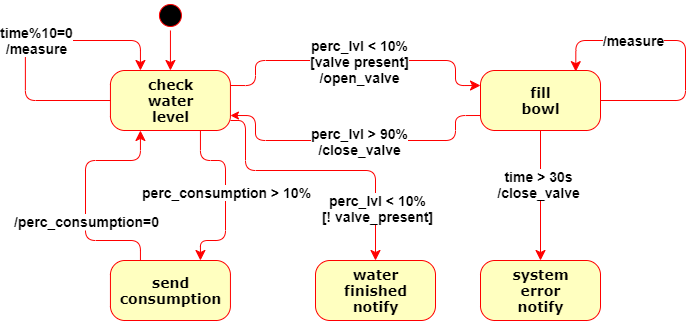
The draw.io diagram DrawIo/stateDiagramWater.png in SmartDogHouse/Report, before a commit. Source tidied: cells renumbered, new cells last; positions are measured from the earlier drawing's top-left corner, leaving out a move shared by most shapes. The source it was exported from:
```xml
<mxGraphModel>
  <root>
    <mxCell id="0" />
    <mxCell id="1" parent="0" />
    <mxCell id="2" style="ellipse;shape=startState;fillColor=#000000;strokeColor=#ff0000;rounded=1;shadow=0;comic=0;labelBackgroundColor=none;fontFamily=Verdana;fontSize=14;fontColor=#000000;align=center;direction=south;fontStyle=1;horizontal=1;html=1;" parent="1" vertex="1">
      <mxGeometry x="129.9" width="30" height="30" as="geometry" />
    </mxCell>
    <mxCell id="3" value="send&lt;br style=&quot;font-size: 14px;&quot;&gt;consumption" style="rounded=1;arcSize=24;fillColor=#ffffc0;strokeColor=#ff0000;shadow=0;comic=0;labelBackgroundColor=none;fontFamily=Verdana;fontSize=14;fontColor=#000000;align=center;fontStyle=1;horizontal=1;html=1;" parent="1" vertex="1">
      <mxGeometry x="84.9" y="260" width="120" height="60" as="geometry" />
    </mxCell>
    <mxCell id="4" value="check&lt;br style=&quot;font-size: 14px;&quot;&gt;water&lt;br style=&quot;font-size: 14px;&quot;&gt;level" style="rounded=1;arcSize=24;fillColor=#ffffc0;strokeColor=#ff0000;shadow=0;comic=0;labelBackgroundColor=none;fontFamily=Verdana;fontSize=14;fontColor=#000000;align=center;fontStyle=1;horizontal=1;html=1;" parent="1" vertex="1">
      <mxGeometry x="84.9" y="70" width="120" height="60" as="geometry" />
    </mxCell>
    <mxCell id="5" style="exitX=1;exitY=0.25;entryX=0;entryY=0.25;labelBackgroundColor=none;endArrow=classic;endSize=8;strokeColor=#ff0000;fontFamily=Verdana;fontSize=14;align=left;fontStyle=1;exitDx=0;exitDy=0;edgeStyle=orthogonalEdgeStyle;entryDx=0;entryDy=0;endFill=1;horizontal=1;html=1;" parent="1" edge="1" source="4" target="7">
      <mxGeometry relative="1" as="geometry">
        <Array as="points">
          <mxPoint x="230" y="85" />
          <mxPoint x="230" y="60" />
          <mxPoint x="430" y="60" />
          <mxPoint x="430" y="85" />
        </Array>
      </mxGeometry>
    </mxCell>
    <mxCell id="6" value="perc_lvl &amp;lt; 10%&lt;br style=&quot;font-size: 14px;&quot;&gt;[valve present]&lt;br style=&quot;font-size: 14px;&quot;&gt;/open_valve" style="edgeLabel;align=center;verticalAlign=middle;fontSize=14;fontStyle=1;horizontal=1;html=1;" parent="5" vertex="1">
      <mxGeometry x="-0.26" y="-4" relative="1" as="geometry">
        <mxPoint x="42" y="-4" as="offset" />
      </mxGeometry>
    </mxCell>
    <mxCell id="7" value="fill&lt;br style=&quot;font-size: 14px;&quot;&gt;bowl" style="rounded=1;arcSize=24;fillColor=#ffffc0;strokeColor=#ff0000;shadow=0;comic=0;labelBackgroundColor=none;fontFamily=Verdana;fontSize=14;fontColor=#000000;align=center;fontStyle=1;horizontal=1;html=1;" parent="1" vertex="1">
      <mxGeometry x="455" y="70" width="120" height="60" as="geometry" />
    </mxCell>
    <mxCell id="8" style="edgeStyle=orthogonalEdgeStyle;labelBackgroundColor=none;endArrow=classic;endSize=8;strokeColor=#ff0000;fontFamily=Verdana;fontSize=14;align=left;fontStyle=1;horizontal=1;html=1;endFill=1;" parent="1" edge="1" source="2" target="4">
      <mxGeometry relative="1" as="geometry" />
    </mxCell>
    <mxCell id="9" style="edgeStyle=orthogonalEdgeStyle;labelBackgroundColor=none;endArrow=classic;endSize=8;strokeColor=#ff0000;fontFamily=Verdana;fontSize=14;align=left;entryX=0.25;entryY=0;fontStyle=1;entryDx=0;entryDy=0;exitX=0;exitY=0.5;exitDx=0;exitDy=0;horizontal=1;html=1;endFill=1;" parent="1" edge="1" source="4" target="4">
      <mxGeometry relative="1" as="geometry">
        <Array as="points">
          <mxPoint x="-0.1" y="100" />
          <mxPoint x="-0.1" y="40" />
          <mxPoint x="114.9" y="40" />
        </Array>
      </mxGeometry>
    </mxCell>
    <mxCell id="10" value="time%10=0&lt;br style=&quot;font-size: 14px;&quot;&gt;/measure" style="edgeLabel;align=center;verticalAlign=middle;fontSize=14;fontStyle=1;horizontal=1;html=1;" parent="9" vertex="1">
      <mxGeometry x="0.07" y="1" relative="1" as="geometry" />
    </mxCell>
    <mxCell id="11" style="edgeStyle=orthogonalEdgeStyle;exitX=0.25;exitY=0;entryX=0.25;entryY=1;labelBackgroundColor=none;endArrow=classic;endSize=8;strokeColor=#ff0000;fontFamily=Verdana;fontSize=14;align=left;fontStyle=1;horizontal=1;html=1;endFill=1;" parent="1" edge="1" source="3" target="4">
      <mxGeometry relative="1" as="geometry">
        <Array as="points">
          <mxPoint x="115" y="240" />
          <mxPoint x="60" y="240" />
          <mxPoint x="60" y="160" />
          <mxPoint x="115" y="160" />
        </Array>
      </mxGeometry>
    </mxCell>
    <mxCell id="12" value="/perc_consumption=0" style="edgeLabel;html=1;align=center;verticalAlign=middle;fontSize=14;fontStyle=1;" parent="11" vertex="1">
      <mxGeometry x="-0.24" y="-1" relative="1" as="geometry">
        <mxPoint x="-1" y="-3" as="offset" />
      </mxGeometry>
    </mxCell>
    <mxCell id="13" style="edgeStyle=orthogonalEdgeStyle;exitX=1;exitY=0.5;labelBackgroundColor=none;endArrow=classic;endSize=8;strokeColor=#ff0000;fontFamily=Verdana;fontSize=14;align=left;fontStyle=1;exitDx=0;exitDy=0;entryX=0.794;entryY=0.019;entryDx=0;entryDy=0;entryPerimeter=0;horizontal=1;html=1;endFill=1;" parent="1" edge="1" source="7" target="7">
      <mxGeometry relative="1" as="geometry">
        <Array as="points">
          <mxPoint x="660" y="100" />
          <mxPoint x="660" y="40" />
          <mxPoint x="550" y="40" />
        </Array>
      </mxGeometry>
    </mxCell>
    <mxCell id="14" value="/measure" style="edgeLabel;align=center;verticalAlign=middle;fontSize=14;horizontal=1;html=1;fontStyle=1;" parent="13" vertex="1">
      <mxGeometry x="0.27" y="-1" relative="1" as="geometry">
        <mxPoint x="-16" as="offset" />
      </mxGeometry>
    </mxCell>
    <mxCell id="15" style="exitX=1;exitY=0.75;entryX=0;entryY=0.75;labelBackgroundColor=none;endArrow=none;endSize=8;strokeColor=#ff0000;fontFamily=Verdana;fontSize=14;align=left;fontStyle=1;exitDx=0;exitDy=0;edgeStyle=orthogonalEdgeStyle;entryDx=0;entryDy=0;startArrow=classic;startFill=1;endFill=0;horizontal=1;html=1;" parent="1" edge="1" source="4" target="7">
      <mxGeometry relative="1" as="geometry">
        <Array as="points">
          <mxPoint x="230" y="115" />
          <mxPoint x="230" y="140" />
          <mxPoint x="430" y="140" />
          <mxPoint x="430" y="115" />
        </Array>
      </mxGeometry>
    </mxCell>
    <mxCell id="16" value="perc_lvl &amp;gt; 90%&lt;br style=&quot;font-size: 14px;&quot;&gt;/close_valve" style="edgeLabel;align=center;verticalAlign=middle;fontSize=14;fontStyle=1;horizontal=1;html=1;" parent="15" vertex="1">
      <mxGeometry x="-0.26" y="-4" relative="1" as="geometry">
        <mxPoint x="42" y="-4" as="offset" />
      </mxGeometry>
    </mxCell>
    <mxCell id="17" value="system&lt;br style=&quot;font-size: 14px;&quot;&gt;error&lt;br style=&quot;font-size: 14px;&quot;&gt;notify" style="rounded=1;arcSize=24;fillColor=#ffffc0;strokeColor=#ff0000;shadow=0;comic=0;labelBackgroundColor=none;fontFamily=Verdana;fontSize=14;fontColor=#000000;align=center;fontStyle=1;horizontal=1;html=1;gradientDirection=east;" parent="1" vertex="1">
      <mxGeometry x="455" y="260" width="120" height="60" as="geometry" />
    </mxCell>
    <mxCell id="18" style="edgeStyle=orthogonalEdgeStyle;exitX=0.5;exitY=1;entryX=0.5;entryY=0;labelBackgroundColor=none;endArrow=classic;endSize=8;strokeColor=#ff0000;fontFamily=Verdana;fontSize=14;align=left;fontStyle=1;horizontal=1;html=1;endFill=1;entryDx=0;entryDy=0;exitDx=0;exitDy=0;" parent="1" edge="1" source="7" target="17">
      <mxGeometry relative="1" as="geometry" />
    </mxCell>
    <mxCell id="19" value="time &amp;gt; 30s&lt;br style=&quot;font-size: 14px;&quot;&gt;/close_valve" style="edgeLabel;html=1;align=center;verticalAlign=middle;fontSize=14;fontStyle=1;" parent="18" vertex="1">
      <mxGeometry x="-0.18" y="-3" relative="1" as="geometry" />
    </mxCell>
    <mxCell id="20" style="edgeStyle=orthogonalEdgeStyle;labelBackgroundColor=none;endArrow=classic;endSize=8;strokeColor=#ff0000;fontFamily=Verdana;fontSize=14;align=left;fontStyle=1;horizontal=1;html=1;endFill=1;exitX=0.75;exitY=1;exitDx=0;exitDy=0;entryX=0.75;entryY=0;entryDx=0;entryDy=0;" parent="1" edge="1" source="4" target="3">
      <mxGeometry relative="1" as="geometry">
        <Array as="points">
          <mxPoint x="175" y="160" />
          <mxPoint x="200" y="160" />
          <mxPoint x="200" y="240" />
          <mxPoint x="175" y="240" />
        </Array>
      </mxGeometry>
    </mxCell>
    <mxCell id="21" value="perc_consumption &amp;gt; 10%" style="edgeLabel;html=1;align=center;verticalAlign=middle;fontSize=14;fontStyle=1;" parent="20" vertex="1">
      <mxGeometry x="-0.17" y="4" relative="1" as="geometry">
        <mxPoint x="-4" y="12" as="offset" />
      </mxGeometry>
    </mxCell>
    <mxCell id="22" value="water&lt;br style=&quot;font-size: 14px;&quot;&gt;finished&lt;br style=&quot;font-size: 14px;&quot;&gt;notify" style="rounded=1;arcSize=24;fillColor=#ffffc0;strokeColor=#ff0000;shadow=0;comic=0;labelBackgroundColor=none;fontFamily=Verdana;fontSize=14;fontColor=#000000;align=center;fontStyle=1;horizontal=1;html=1;gradientDirection=east;" parent="1" vertex="1">
      <mxGeometry x="290" y="260" width="120" height="60" as="geometry" />
    </mxCell>
    <mxCell id="23" style="edgeStyle=orthogonalEdgeStyle;labelBackgroundColor=none;endArrow=classic;endSize=8;strokeColor=#ff0000;fontFamily=Verdana;fontSize=14;align=left;fontStyle=1;horizontal=1;html=1;endFill=1;" parent="1" edge="1" source="4">
      <mxGeometry relative="1" as="geometry">
        <mxPoint x="350" y="260" as="targetPoint" />
        <Array as="points">
          <mxPoint x="220" y="120" />
          <mxPoint x="220" y="170" />
          <mxPoint x="350" y="170" />
        </Array>
      </mxGeometry>
    </mxCell>
    <mxCell id="24" value="perc_lvl &amp;lt; 10%&lt;br style=&quot;font-size: 14px;&quot;&gt;[! valve_present]&lt;br style=&quot;font-size: 14px;&quot;&gt;" style="edgeLabel;html=1;align=center;verticalAlign=middle;fontSize=14;fontStyle=1;" parent="23" vertex="1">
      <mxGeometry x="0.64" y="1" relative="1" as="geometry" />
    </mxCell>
  </root>
</mxGraphModel>
```
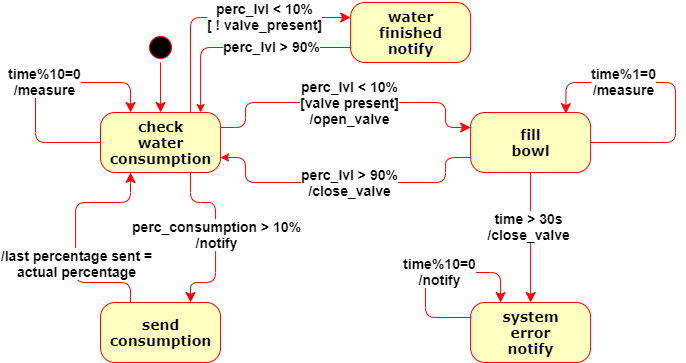
Later version of the same file.

Change to the diagram source:
```diff
@@ -3,12 +3,12 @@
     <mxCell id="0" />
     <mxCell id="1" parent="0" />
     <mxCell id="2" style="ellipse;shape=startState;fillColor=#000000;strokeColor=#ff0000;rounded=1;shadow=0;comic=0;labelBackgroundColor=none;fontFamily=Verdana;fontSize=14;fontColor=#000000;align=center;direction=south;fontStyle=1;horizontal=1;html=1;" parent="1" vertex="1">
-      <mxGeometry x="129.9" width="30" height="30" as="geometry" />
+      <mxGeometry x="129.9" y="-10" width="30" height="30" as="geometry" />
     </mxCell>
     <mxCell id="3" value="send&lt;br style=&quot;font-size: 14px;&quot;&gt;consumption" style="rounded=1;arcSize=24;fillColor=#ffffc0;strokeColor=#ff0000;shadow=0;comic=0;labelBackgroundColor=none;fontFamily=Verdana;fontSize=14;fontColor=#000000;align=center;fontStyle=1;horizontal=1;html=1;" parent="1" vertex="1">
       <mxGeometry x="84.9" y="260" width="120" height="60" as="geometry" />
     </mxCell>
-    <mxCell id="4" value="check&lt;br style=&quot;font-size: 14px;&quot;&gt;water&lt;br style=&quot;font-size: 14px;&quot;&gt;level" style="rounded=1;arcSize=24;fillColor=#ffffc0;strokeColor=#ff0000;shadow=0;comic=0;labelBackgroundColor=none;fontFamily=Verdana;fontSize=14;fontColor=#000000;align=center;fontStyle=1;horizontal=1;html=1;" parent="1" vertex="1">
+    <mxCell id="4" value="check&lt;br style=&quot;font-size: 14px&quot;&gt;water&lt;br style=&quot;font-size: 14px&quot;&gt;consumption" style="rounded=1;arcSize=24;fillColor=#ffffc0;strokeColor=#ff0000;shadow=0;comic=0;labelBackgroundColor=none;fontFamily=Verdana;fontSize=14;fontColor=#000000;align=center;fontStyle=1;horizontal=1;html=1;" parent="1" vertex="1">
       <mxGeometry x="84.9" y="70" width="120" height="60" as="geometry" />
     </mxCell>
     <mxCell id="5" style="exitX=1;exitY=0.25;entryX=0;entryY=0.25;labelBackgroundColor=none;endArrow=classic;endSize=8;strokeColor=#ff0000;fontFamily=Verdana;fontSize=14;align=left;fontStyle=1;exitDx=0;exitDy=0;edgeStyle=orthogonalEdgeStyle;entryDx=0;entryDy=0;endFill=1;horizontal=1;html=1;" parent="1" edge="1" source="4" target="7">
@@ -35,8 +35,8 @@
     <mxCell id="9" style="edgeStyle=orthogonalEdgeStyle;labelBackgroundColor=none;endArrow=classic;endSize=8;strokeColor=#ff0000;fontFamily=Verdana;fontSize=14;align=left;entryX=0.25;entryY=0;fontStyle=1;entryDx=0;entryDy=0;exitX=0;exitY=0.5;exitDx=0;exitDy=0;horizontal=1;html=1;endFill=1;" parent="1" edge="1" source="4" target="4">
       <mxGeometry relative="1" as="geometry">
         <Array as="points">
-          <mxPoint x="-0.1" y="100" />
-          <mxPoint x="-0.1" y="40" />
+          <mxPoint x="19.9" y="100" />
+          <mxPoint x="19.9" y="40" />
           <mxPoint x="114.9" y="40" />
         </Array>
       </mxGeometry>
@@ -54,7 +54,7 @@
         </Array>
       </mxGeometry>
     </mxCell>
-    <mxCell id="12" value="/perc_consumption=0" style="edgeLabel;html=1;align=center;verticalAlign=middle;fontSize=14;fontStyle=1;" parent="11" vertex="1">
+    <mxCell id="12" value="/last percentage sent =&lt;br&gt;actual percentage" style="edgeLabel;html=1;align=center;verticalAlign=middle;fontSize=14;fontStyle=1;" parent="11" vertex="1">
       <mxGeometry x="-0.24" y="-1" relative="1" as="geometry">
         <mxPoint x="-1" y="-3" as="offset" />
       </mxGeometry>
@@ -68,7 +68,7 @@
         </Array>
       </mxGeometry>
     </mxCell>
-    <mxCell id="14" value="/measure" style="edgeLabel;align=center;verticalAlign=middle;fontSize=14;horizontal=1;html=1;fontStyle=1;" parent="13" vertex="1">
+    <mxCell id="14" value="time%1=0&lt;br&gt;/measure" style="edgeLabel;align=center;verticalAlign=middle;fontSize=14;horizontal=1;html=1;fontStyle=1;" parent="13" vertex="1">
       <mxGeometry x="0.27" y="-1" relative="1" as="geometry">
         <mxPoint x="-16" as="offset" />
       </mxGeometry>
@@ -107,26 +107,50 @@
         </Array>
       </mxGeometry>
     </mxCell>
-    <mxCell id="21" value="perc_consumption &amp;gt; 10%" style="edgeLabel;html=1;align=center;verticalAlign=middle;fontSize=14;fontStyle=1;" parent="20" vertex="1">
+    <mxCell id="21" value="perc_consumption &amp;gt; 10%&lt;br&gt;/notify" style="edgeLabel;html=1;align=center;verticalAlign=middle;fontSize=14;fontStyle=1;" parent="20" vertex="1">
       <mxGeometry x="-0.17" y="4" relative="1" as="geometry">
         <mxPoint x="-4" y="12" as="offset" />
       </mxGeometry>
     </mxCell>
     <mxCell id="22" value="water&lt;br style=&quot;font-size: 14px;&quot;&gt;finished&lt;br style=&quot;font-size: 14px;&quot;&gt;notify" style="rounded=1;arcSize=24;fillColor=#ffffc0;strokeColor=#ff0000;shadow=0;comic=0;labelBackgroundColor=none;fontFamily=Verdana;fontSize=14;fontColor=#000000;align=center;fontStyle=1;horizontal=1;html=1;gradientDirection=east;" parent="1" vertex="1">
-      <mxGeometry x="290" y="260" width="120" height="60" as="geometry" />
+      <mxGeometry x="335" y="-40" width="120" height="60" as="geometry" />
     </mxCell>
-    <mxCell id="23" style="edgeStyle=orthogonalEdgeStyle;labelBackgroundColor=none;endArrow=classic;endSize=8;strokeColor=#ff0000;fontFamily=Verdana;fontSize=14;align=left;fontStyle=1;horizontal=1;html=1;endFill=1;" parent="1" edge="1" source="4">
+    <mxCell id="23" style="edgeStyle=orthogonalEdgeStyle;labelBackgroundColor=none;endArrow=classic;endSize=8;strokeColor=#ff0000;fontFamily=Verdana;fontSize=14;align=left;fontStyle=1;horizontal=1;html=1;endFill=1;entryX=0;entryY=0.25;entryDx=0;entryDy=0;exitX=0.75;exitY=0;exitDx=0;exitDy=0;" parent="1" edge="1" source="4" target="22">
       <mxGeometry relative="1" as="geometry">
-        <mxPoint x="350" y="260" as="targetPoint" />
         <Array as="points">
-          <mxPoint x="220" y="120" />
-          <mxPoint x="220" y="170" />
-          <mxPoint x="350" y="170" />
+          <mxPoint x="174.9" y="-25" />
         </Array>
       </mxGeometry>
     </mxCell>
-    <mxCell id="24" value="perc_lvl &amp;lt; 10%&lt;br style=&quot;font-size: 14px;&quot;&gt;[! valve_present]&lt;br style=&quot;font-size: 14px;&quot;&gt;" style="edgeLabel;html=1;align=center;verticalAlign=middle;fontSize=14;fontStyle=1;" parent="23" vertex="1">
-      <mxGeometry x="0.64" y="1" relative="1" as="geometry" />
+    <mxCell id="24" value="perc_lvl &amp;lt; 10%&lt;br style=&quot;font-size: 14px&quot;&gt;[ ! valve_present]" style="edgeLabel;html=1;align=center;verticalAlign=middle;fontSize=14;fontStyle=1;" parent="23" vertex="1">
+      <mxGeometry x="0.64" y="1" relative="1" as="geometry">
+        <mxPoint x="-40" as="offset" />
+      </mxGeometry>
     </mxCell>
+    <mxCell id="25" style="edgeStyle=orthogonalEdgeStyle;labelBackgroundColor=none;endArrow=none;endSize=8;strokeColor=#ff0000;fontFamily=Verdana;fontSize=14;align=left;fontStyle=1;horizontal=1;html=1;endFill=0;entryX=0;entryY=0.75;entryDx=0;entryDy=0;startArrow=classic;startFill=1;" parent="1" edge="1" target="22">
+      <mxGeometry relative="1" as="geometry">
+        <mxPoint x="185" y="70" as="sourcePoint" />
+        <Array as="points">
+          <mxPoint x="184.9" y="5" />
+        </Array>
+      </mxGeometry>
+    </mxCell>
+    <mxCell id="26" value="perc_lvl &amp;gt; 90%" style="edgeLabel;html=1;align=center;verticalAlign=middle;fontSize=14;fontStyle=1;" parent="25" vertex="1">
+      <mxGeometry x="0.64" y="1" relative="1" as="geometry">
+        <mxPoint x="-40" as="offset" />
+      </mxGeometry>
+    </mxCell>
+    <mxCell id="27" style="edgeStyle=orthogonalEdgeStyle;labelBackgroundColor=none;endArrow=classic;endSize=8;strokeColor=#ff0000;fontFamily=Verdana;fontSize=14;align=left;entryX=0.25;entryY=0;fontStyle=1;entryDx=0;entryDy=0;exitX=0;exitY=0.25;exitDx=0;exitDy=0;horizontal=1;html=1;endFill=1;" parent="1" edge="1" source="17" target="17">
+      <mxGeometry relative="1" as="geometry">
+        <Array as="points">
+          <mxPoint x="409.9" y="275" />
+          <mxPoint x="409.9" y="230" />
+          <mxPoint x="484.9" y="230" />
+        </Array>
+      </mxGeometry>
+    </mxCell>
+    <mxCell id="28" value="time%10=0&lt;br style=&quot;font-size: 14px&quot;&gt;/notify" style="edgeLabel;align=center;verticalAlign=middle;fontSize=14;fontStyle=1;horizontal=1;html=1;" parent="27" vertex="1">
+      <mxGeometry x="0.07" y="1" relative="1" as="geometry" />
+    </mxCell>
   </root>
 </mxGraphModel>
```
